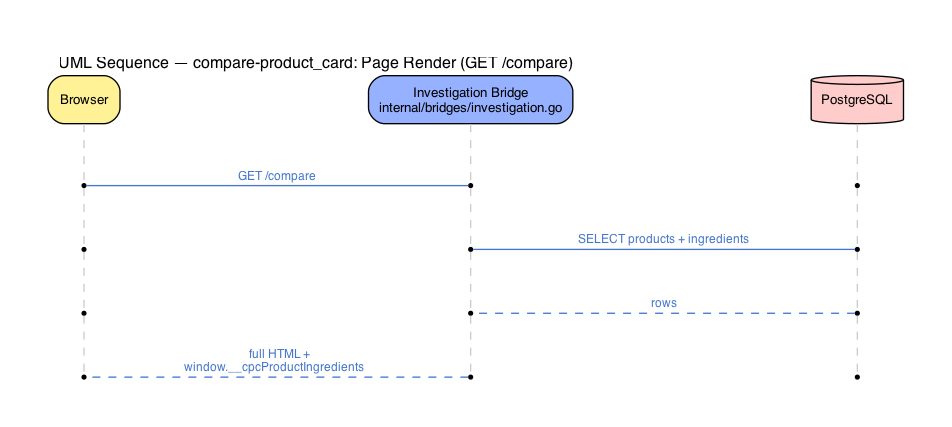
Earlier version of the Graphviz export docs/flow_compare_render.png (CFF4HA/Dashboard). Its source is kept beside it as docs/flow_compare_render.dot.
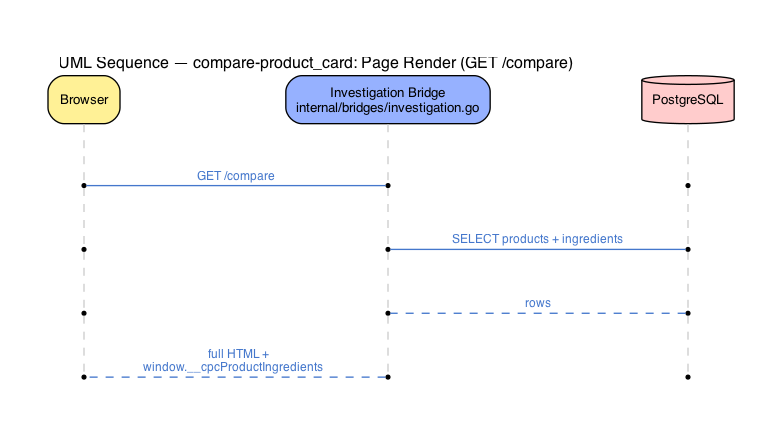
The same file after the commit.

Diff of the diagram source:
```diff
@@ -4,8 +4,8 @@
     label="UML Sequence — compare-product_card: Page Render (GET /compare)",
     labelloc=t, labeljust=l,
     fontname="Helvetica", fontsize=12,
-    nodesep=2.0, ranksep=0.6,
-    splines=polyline, pad=0.5
+    nodesep=1.2, ranksep=0.6,
+    splines=line, pad=0.5
   ]
   node [fontname="Helvetica", fontsize=10, height=0.5]
   edge [fontname="Helvetica", fontsize=9, arrowsize=0.75]
@@ -29,8 +29,8 @@
   { rank=same; b3; i3; d3 }
 
   edge [constraint=false, fontsize=9]
-  b0 -> i0 [label="  GET /compare  ",                                 style=solid,  color="#4477CC", fontcolor="#4477CC"]
-  i1 -> d1 [label="  SELECT products + ingredients  ",                style=solid,  color="#4477CC", fontcolor="#4477CC"]
-  d2 -> i2 [label="  rows  ",                                          style=dashed, color="#4477CC", fontcolor="#4477CC"]
-  i3 -> b3 [label="  full HTML +\nwindow.__cpcProductIngredients  ",  style=dashed, color="#4477CC", fontcolor="#4477CC"]
+  b0 -> i0 [label="  GET /compare  \n",                                 style=solid,  color="#4477CC", fontcolor="#4477CC"]
+  i1 -> d1 [label="  SELECT products + ingredients  \n",                style=solid,  color="#4477CC", fontcolor="#4477CC"]
+  d2 -> i2 [label="  rows  \n",                                          style=dashed, color="#4477CC", fontcolor="#4477CC"]
+  i3 -> b3 [label="  full HTML +\nwindow.__cpcProductIngredients  \n",  style=dashed, color="#4477CC", fontcolor="#4477CC"]
 }
```
